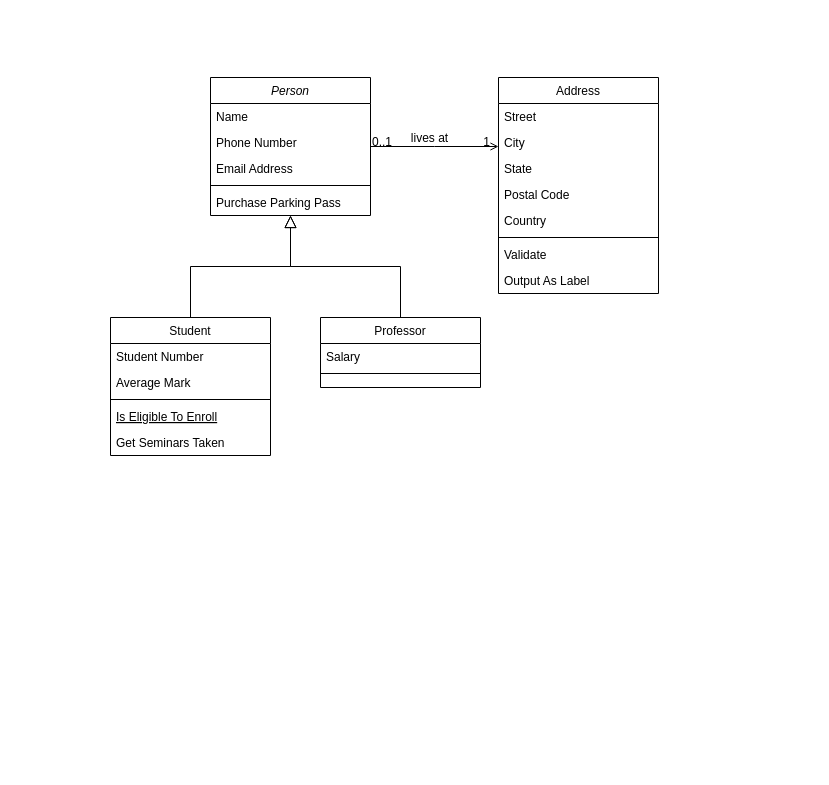
The draw.io diagram Class Diagram.drawio in ritu456286/Bus-Booking-System, before the edit. Source tidied: cells renumbered, new cells numbered last; positions are measured from the earlier drawing's top-left corner, leaving out a move shared by most shapes. Both pictures are drawn from the tidied source at 100%, with x=0, y=0 at pixel (110, 77).
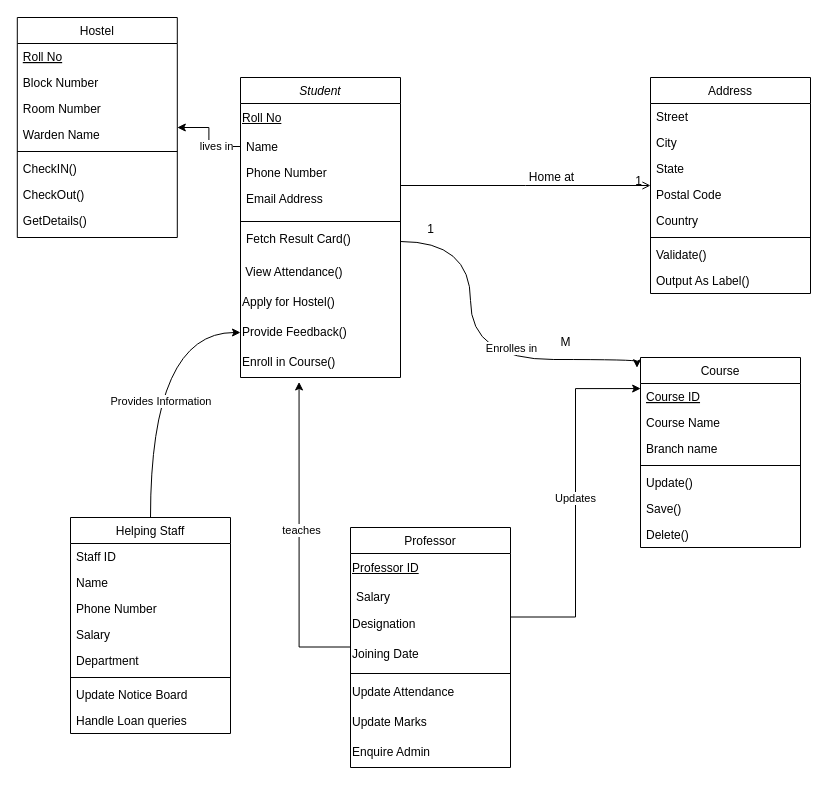
Above is the later version.

The change refers to these unchanged cells:
```xml
<mxCell id="28" style="endArrow=open;shadow=0;strokeWidth=1;rounded=0;curved=0;endFill=1;edgeStyle=elbowEdgeStyle;elbow=vertical;" parent="1" edge="1" source="2" target="19">
  <mxGeometry x="0.5" y="41" relative="1" as="geometry">
    <mxPoint x="-40" y="32" as="offset" />
  </mxGeometry>
</mxCell>
```

What changed in the source:
```diff
@@
-    <mxCell id="2" value="Person" style="swimlane;fontStyle=2;align=center;verticalAlign=top;horizontal=1;startSize=26;rounded=0;shadow=0;strokeWidth=1;" parent="1" vertex="1">
-      <mxGeometry x="100" width="160" height="138" as="geometry" />
+    <mxCell id="2" value="Student" style="swimlane;fontStyle=2;align=center;verticalAlign=top;horizontal=1;startSize=26;rounded=0;shadow=0;strokeWidth=1;" parent="1" vertex="1">
+      <mxGeometry x="130" width="160" height="300" as="geometry" />
     </mxCell>
+    <mxCell id="32" value="&lt;u&gt;Roll No&lt;/u&gt;" style="text;html=1;align=left;verticalAlign=middle;whiteSpace=wrap;rounded=0;" parent="2" vertex="1">
+      <mxGeometry y="26" width="160" height="30" as="geometry" />
+    </mxCell>
     <mxCell id="3" value="Name" style="text;align=left;verticalAlign=top;spacingLeft=4;spacingRight=4;overflow=hidden;points=[[0,0.5],[1,0.5]];portConstraint=eastwest;" parent="2" vertex="1">
-      <mxGeometry y="26" width="160" height="26" as="geometry" />
+      <mxGeometry y="56" width="160" height="26" as="geometry" />
     </mxCell>
     <mxCell id="4" value="Phone Number" style="text;align=left;verticalAlign=top;spacingLeft=4;spacingRight=4;overflow=hidden;rounded=0;shadow=0;html=0;" parent="2" vertex="1">
-      <mxGeometry y="52" width="160" height="26" as="geometry" />
+      <mxGeometry y="82" width="160" height="26" as="geometry" />
     </mxCell>
     <mxCell id="5" value="Email Address" style="text;align=left;verticalAlign=top;spacingLeft=4;spacingRight=4;overflow=hidden;rounded=0;shadow=0;html=0;" parent="2" vertex="1">
-      <mxGeometry y="78" width="160" height="26" as="geometry" />
+      <mxGeometry y="108" width="160" height="32" as="geometry" />
     </mxCell>
     <mxCell id="6" style="line;html=1;strokeWidth=1;align=left;verticalAlign=middle;spacingTop=-1;spacingLeft=3;spacingRight=3;labelPosition=right;" parent="2" vertex="1">
-      <mxGeometry y="104" width="160" height="8" as="geometry" />
+      <mxGeometry y="140" width="160" height="8" as="geometry" />
     </mxCell>
-    <mxCell id="7" value="Purchase Parking Pass" style="text;align=left;verticalAlign=top;spacingLeft=4;spacingRight=4;overflow=hidden;points=[[0,0.5],[1,0.5]];portConstraint=eastwest;" parent="2" vertex="1">
-      <mxGeometry y="112" width="160" height="26" as="geometry" />
+    <mxCell id="7" value="Fetch Result Card()&#10;" style="text;align=left;verticalAlign=top;spacingLeft=4;spacingRight=4;overflow=hidden;points=[[0,0.5],[1,0.5]];portConstraint=eastwest;" parent="2" vertex="1">
+      <mxGeometry y="148" width="160" height="32" as="geometry" />
     </mxCell>
+    <mxCell id="33" value="&amp;nbsp;View Attendance()" style="text;html=1;align=left;verticalAlign=middle;whiteSpace=wrap;rounded=0;" parent="2" vertex="1">
+      <mxGeometry y="180" width="160" height="30" as="geometry" />
+    </mxCell>
+    <mxCell id="34" value="Apply for Hostel()" style="text;html=1;align=left;verticalAlign=middle;whiteSpace=wrap;rounded=0;" parent="2" vertex="1">
+      <mxGeometry y="210" width="160" height="30" as="geometry" />
+    </mxCell>
+    <mxCell id="35" value="Provide Feedback()" style="text;html=1;align=left;verticalAlign=middle;whiteSpace=wrap;rounded=0;" parent="2" vertex="1">
+      <mxGeometry y="240" width="160" height="30" as="geometry" />
+    </mxCell>
+    <mxCell id="36" value="Enroll in Course()" style="text;html=1;align=left;verticalAlign=middle;whiteSpace=wrap;rounded=0;" parent="2" vertex="1">
+      <mxGeometry y="270" width="160" height="30" as="geometry" />
+    </mxCell>
+    <mxCell id="37" style="edgeStyle=orthogonalEdgeStyle;rounded=0;jettySize=auto;html=1;exitX=0.5;exitY=0;exitDx=0;exitDy=0;entryX=0;entryY=0.5;entryDx=0;entryDy=0;curved=1;" parent="1" edge="1" source="8" target="35">
+      <mxGeometry relative="1" as="geometry" />
+    </mxCell>
+    <mxCell id="38" value="Provides Information&amp;nbsp;" style="edgeLabel;html=1;align=center;verticalAlign=middle;" parent="37" vertex="1">
+      <mxGeometry x="-0.15" y="-11" relative="1" as="geometry" />
+    </mxCell>
-    <mxCell id="8" value="Student" style="swimlane;fontStyle=0;align=center;verticalAlign=top;horizontal=1;startSize=26;rounded=0;shadow=0;strokeWidth=1;" parent="1" vertex="1">
-      <mxGeometry y="240" width="160" height="138" as="geometry" />
+    <mxCell id="8" value="Helping Staff" style="swimlane;fontStyle=0;align=center;verticalAlign=top;horizontal=1;startSize=26;rounded=0;shadow=0;strokeWidth=1;" parent="1" vertex="1">
+      <mxGeometry x="-40" y="440" width="160" height="216" as="geometry" />
     </mxCell>
-    <mxCell id="9" value="Student Number" style="text;align=left;verticalAlign=top;spacingLeft=4;spacingRight=4;overflow=hidden;" parent="8" vertex="1">
+    <mxCell id="9" value="Staff ID" style="text;align=left;verticalAlign=top;spacingLeft=4;spacingRight=4;overflow=hidden;" parent="8" vertex="1">
       <mxGeometry y="26" width="160" height="26" as="geometry" />
     </mxCell>
+    <mxCell id="39" value="Name" style="text;align=left;verticalAlign=top;spacingLeft=4;spacingRight=4;overflow=hidden;rounded=0;shadow=0;html=0;" parent="8" vertex="1">
+      <mxGeometry y="52" width="160" height="26" as="geometry" />
+    </mxCell>
-    <mxCell id="10" value="Average Mark" style="text;align=left;verticalAlign=top;spacingLeft=4;spacingRight=4;overflow=hidden;rounded=0;shadow=0;html=0;" parent="8" vertex="1">
-      <mxGeometry y="52" width="160" height="26" as="geometry" />
+    <mxCell id="10" value="Phone Number" style="text;align=left;verticalAlign=top;spacingLeft=4;spacingRight=4;overflow=hidden;rounded=0;shadow=0;html=0;" parent="8" vertex="1">
+      <mxGeometry y="78" width="160" height="26" as="geometry" />
     </mxCell>
+    <mxCell id="40" value="Salary" style="text;align=left;verticalAlign=top;spacingLeft=4;spacingRight=4;overflow=hidden;rounded=0;shadow=0;html=0;" parent="8" vertex="1">
+      <mxGeometry y="104" width="160" height="26" as="geometry" />
+    </mxCell>
+    <mxCell id="41" value="Department" style="text;align=left;verticalAlign=top;spacingLeft=4;spacingRight=4;overflow=hidden;rounded=0;shadow=0;html=0;" parent="8" vertex="1">
+      <mxGeometry y="130" width="160" height="26" as="geometry" />
+    </mxCell>
     <mxCell id="11" style="line;html=1;strokeWidth=1;align=left;verticalAlign=middle;spacingTop=-1;spacingLeft=3;spacingRight=3;labelPosition=right;" parent="8" vertex="1">
-      <mxGeometry y="78" width="160" height="8" as="geometry" />
+      <mxGeometry y="156" width="160" height="8" as="geometry" />
     </mxCell>
-    <mxCell id="12" value="Is Eligible To Enroll" style="text;align=left;verticalAlign=top;spacingLeft=4;spacingRight=4;overflow=hidden;fontStyle=4;" parent="8" vertex="1">
-      <mxGeometry y="86" width="160" height="26" as="geometry" />
+    <mxCell id="12" value="Update Notice Board" style="text;align=left;verticalAlign=top;spacingLeft=4;spacingRight=4;overflow=hidden;fontStyle=0;" parent="8" vertex="1">
+      <mxGeometry y="164" width="160" height="26" as="geometry" />
     </mxCell>
-    <mxCell id="13" value="Get Seminars Taken" style="text;align=left;verticalAlign=top;spacingLeft=4;spacingRight=4;overflow=hidden;" parent="8" vertex="1">
-      <mxGeometry y="112" width="160" height="26" as="geometry" />
+    <mxCell id="13" value="Handle Loan queries" style="text;align=left;verticalAlign=top;spacingLeft=4;spacingRight=4;overflow=hidden;" parent="8" vertex="1">
+      <mxGeometry y="190" width="160" height="26" as="geometry" />
     </mxCell>
-    <mxCell id="14" style="endArrow=block;endSize=10;endFill=0;shadow=0;strokeWidth=1;rounded=0;curved=0;edgeStyle=elbowEdgeStyle;elbow=vertical;" parent="1" edge="1" source="8" target="2">
-      <mxGeometry relative="1" as="geometry" />
-    </mxCell>
     <mxCell id="15" value="Professor" style="swimlane;fontStyle=0;align=center;verticalAlign=top;horizontal=1;startSize=26;rounded=0;shadow=0;strokeWidth=1;" parent="1" vertex="1">
-      <mxGeometry x="210" y="240" width="160" height="70" as="geometry" />
+      <mxGeometry x="240" y="450" width="160" height="240" as="geometry" />
     </mxCell>
+    <mxCell id="42" value="&lt;u&gt;Professor ID&lt;/u&gt;" style="text;html=1;align=left;verticalAlign=middle;whiteSpace=wrap;rounded=0;" parent="15" vertex="1">
+      <mxGeometry y="26" width="160" height="30" as="geometry" />
+    </mxCell>
     <mxCell id="16" value="Salary" style="text;align=left;verticalAlign=top;spacingLeft=4;spacingRight=4;overflow=hidden;" parent="15" vertex="1">
-      <mxGeometry y="26" width="160" height="26" as="geometry" />
+      <mxGeometry y="56" width="160" height="26" as="geometry" />
     </mxCell>
+    <mxCell id="43" value="Designation" style="text;html=1;align=left;verticalAlign=middle;whiteSpace=wrap;rounded=0;" parent="15" vertex="1">
+      <mxGeometry y="82" width="160" height="30" as="geometry" />
+    </mxCell>
+    <mxCell id="44" value="Joining Date" style="text;html=1;align=left;verticalAlign=middle;whiteSpace=wrap;rounded=0;" parent="15" vertex="1">
+      <mxGeometry y="112" width="160" height="30" as="geometry" />
+    </mxCell>
     <mxCell id="17" style="line;html=1;strokeWidth=1;align=left;verticalAlign=middle;spacingTop=-1;spacingLeft=3;spacingRight=3;labelPosition=right;" parent="15" vertex="1">
-      <mxGeometry y="52" width="160" height="8" as="geometry" />
+      <mxGeometry y="142" width="160" height="8" as="geometry" />
     </mxCell>
-    <mxCell id="18" style="endArrow=block;endSize=10;endFill=0;shadow=0;strokeWidth=1;rounded=0;curved=0;edgeStyle=elbowEdgeStyle;elbow=vertical;" parent="1" edge="1" source="15" target="2">
-      <mxGeometry relative="1" as="geometry" />
-    </mxCell>
+    <mxCell id="45" value="Update Attendance" style="text;html=1;align=left;verticalAlign=middle;whiteSpace=wrap;rounded=0;" parent="15" vertex="1">
+      <mxGeometry y="150" width="160" height="30" as="geometry" />
+    </mxCell>
+    <mxCell id="46" value="Update Marks" style="text;html=1;align=left;verticalAlign=middle;whiteSpace=wrap;rounded=0;" parent="15" vertex="1">
+      <mxGeometry y="180" width="160" height="30" as="geometry" />
+    </mxCell>
+    <mxCell id="47" value="Enquire Admin" style="text;html=1;align=left;verticalAlign=middle;whiteSpace=wrap;rounded=0;" parent="15" vertex="1">
+      <mxGeometry y="210" width="160" height="30" as="geometry" />
+    </mxCell>
     <mxCell id="19" value="Address" style="swimlane;fontStyle=0;align=center;verticalAlign=top;horizontal=1;startSize=26;rounded=0;shadow=0;strokeWidth=1;" parent="1" vertex="1">
-      <mxGeometry x="388" width="160" height="216" as="geometry" />
+      <mxGeometry x="540" width="160" height="216" as="geometry" />
     </mxCell>
@@
-    <mxCell id="26" value="Validate" style="text;align=left;verticalAlign=top;spacingLeft=4;spacingRight=4;overflow=hidden;" parent="19" vertex="1">
+    <mxCell id="26" value="Validate()" style="text;align=left;verticalAlign=top;spacingLeft=4;spacingRight=4;overflow=hidden;" parent="19" vertex="1">
       <mxGeometry y="164" width="160" height="26" as="geometry" />
     </mxCell>
-    <mxCell id="27" value="Output As Label" style="text;align=left;verticalAlign=top;spacingLeft=4;spacingRight=4;overflow=hidden;" parent="19" vertex="1">
+    <mxCell id="27" value="Output As Label()" style="text;align=left;verticalAlign=top;spacingLeft=4;spacingRight=4;overflow=hidden;" parent="19" vertex="1">
       <mxGeometry y="190" width="160" height="26" as="geometry" />
     </mxCell>
@@
-    <mxCell id="29" value="0..1" style="align=left;verticalAlign=bottom;labelBackgroundColor=none;fontSize=12;" parent="28" vertex="1">
-      <mxGeometry x="-1" relative="1" as="geometry">
-        <mxPoint y="4" as="offset" />
-      </mxGeometry>
-    </mxCell>
@@
-    <mxCell id="31" value="lives at" style="text;html=1;align=center;verticalAlign=middle;labelBackgroundColor=none;rounded=0;shadow=0;strokeWidth=1;fontSize=12;" parent="28" vertex="1">
+    <mxCell id="31" value="Home at" style="text;html=1;align=center;verticalAlign=middle;labelBackgroundColor=none;rounded=0;shadow=0;strokeWidth=1;fontSize=12;" parent="28" vertex="1">
       <mxGeometry x="0.5" y="49" relative="1" as="geometry">
         <mxPoint x="-38" y="40" as="offset" />
       </mxGeometry>
     </mxCell>
+    <mxCell id="48" value="Course" style="swimlane;fontStyle=0;align=center;verticalAlign=top;horizontal=1;startSize=26;rounded=0;shadow=0;strokeWidth=1;" parent="1" vertex="1">
+      <mxGeometry x="530" y="280" width="160" height="190" as="geometry" />
+    </mxCell>
+    <mxCell id="49" value="Course ID" style="text;align=left;verticalAlign=top;spacingLeft=4;spacingRight=4;overflow=hidden;points=[[0,0.5],[1,0.5]];portConstraint=eastwest;fontStyle=4;" parent="48" vertex="1">
+      <mxGeometry y="26" width="160" height="26" as="geometry" />
+    </mxCell>
+    <mxCell id="50" value="Course Name" style="text;align=left;verticalAlign=top;spacingLeft=4;spacingRight=4;overflow=hidden;rounded=0;shadow=0;html=0;" parent="48" vertex="1">
+      <mxGeometry y="52" width="160" height="26" as="geometry" />
+    </mxCell>
+    <mxCell id="51" value="Branch name" style="text;align=left;verticalAlign=top;spacingLeft=4;spacingRight=4;overflow=hidden;rounded=0;shadow=0;html=0;" parent="48" vertex="1">
+      <mxGeometry y="78" width="160" height="26" as="geometry" />
+    </mxCell>
+    <mxCell id="52" style="line;html=1;strokeWidth=1;align=left;verticalAlign=middle;spacingTop=-1;spacingLeft=3;spacingRight=3;labelPosition=right;" parent="48" vertex="1">
+      <mxGeometry y="104" width="160" height="8" as="geometry" />
+    </mxCell>
+    <mxCell id="53" value="Update()" style="text;align=left;verticalAlign=top;spacingLeft=4;spacingRight=4;overflow=hidden;" parent="48" vertex="1">
+      <mxGeometry y="112" width="160" height="26" as="geometry" />
+    </mxCell>
+    <mxCell id="54" value="Save()" style="text;align=left;verticalAlign=top;spacingLeft=4;spacingRight=4;overflow=hidden;" parent="48" vertex="1">
+      <mxGeometry y="138" width="160" height="26" as="geometry" />
+    </mxCell>
+    <mxCell id="55" value="Delete()" style="text;align=left;verticalAlign=top;spacingLeft=4;spacingRight=4;overflow=hidden;" parent="48" vertex="1">
+      <mxGeometry y="164" width="160" height="26" as="geometry" />
+    </mxCell>
+    <mxCell id="56" style="edgeStyle=orthogonalEdgeStyle;rounded=0;jettySize=auto;html=1;exitX=1;exitY=0.5;exitDx=0;exitDy=0;entryX=-0.022;entryY=0.054;entryDx=0;entryDy=0;entryPerimeter=0;curved=1;" parent="1" edge="1" source="7" target="48">
+      <mxGeometry relative="1" as="geometry">
+        <Array as="points">
+          <mxPoint x="360" y="164" />
+          <mxPoint x="360" y="282" />
+          <mxPoint x="527" y="282" />
+        </Array>
+      </mxGeometry>
+    </mxCell>
+    <mxCell id="57" value="Enrolles in" style="edgeLabel;html=1;align=center;verticalAlign=middle;" parent="56" vertex="1">
+      <mxGeometry x="-0.11" y="2" relative="1" as="geometry">
+        <mxPoint x="38" y="15" as="offset" />
+      </mxGeometry>
+    </mxCell>
+    <mxCell id="58" value="M" style="text;html=1;align=center;verticalAlign=middle;strokeColor=none;fillColor=none;" parent="1" vertex="1">
+      <mxGeometry x="440" y="250" width="30" height="30" as="geometry" />
+    </mxCell>
+    <mxCell id="59" value="1" style="text;html=1;align=center;verticalAlign=middle;strokeColor=none;fillColor=none;" parent="1" vertex="1">
+      <mxGeometry x="304.9" y="136.5" width="30" height="30" as="geometry" />
+    </mxCell>
+    <mxCell id="60" value="Hostel" style="swimlane;fontStyle=0;align=center;verticalAlign=top;horizontal=1;startSize=26;rounded=0;shadow=0;strokeWidth=1;" parent="1" vertex="1">
+      <mxGeometry x="-93.2" y="-60" width="160" height="220" as="geometry" />
+    </mxCell>
+    <mxCell id="61" value="Roll No" style="text;align=left;verticalAlign=top;spacingLeft=4;spacingRight=4;overflow=hidden;fontStyle=4;" parent="60" vertex="1">
+      <mxGeometry y="26" width="160" height="26" as="geometry" />
+    </mxCell>
+    <mxCell id="62" value="Block Number" style="text;align=left;verticalAlign=top;spacingLeft=4;spacingRight=4;overflow=hidden;rounded=0;shadow=0;html=0;" parent="60" vertex="1">
+      <mxGeometry y="52" width="160" height="26" as="geometry" />
+    </mxCell>
+    <mxCell id="63" value="Room Number" style="text;align=left;verticalAlign=top;spacingLeft=4;spacingRight=4;overflow=hidden;rounded=0;shadow=0;html=0;" parent="60" vertex="1">
+      <mxGeometry y="78" width="160" height="26" as="geometry" />
+    </mxCell>
+    <mxCell id="64" value="Warden Name" style="text;align=left;verticalAlign=top;spacingLeft=4;spacingRight=4;overflow=hidden;rounded=0;shadow=0;html=0;" parent="60" vertex="1">
+      <mxGeometry y="104" width="160" height="26" as="geometry" />
+    </mxCell>
+    <mxCell id="65" style="line;html=1;strokeWidth=1;align=left;verticalAlign=middle;spacingTop=-1;spacingLeft=3;spacingRight=3;labelPosition=right;" parent="60" vertex="1">
+      <mxGeometry y="130" width="160" height="8" as="geometry" />
+    </mxCell>
+    <mxCell id="66" value="CheckIN()" style="text;align=left;verticalAlign=top;spacingLeft=4;spacingRight=4;overflow=hidden;" parent="60" vertex="1">
+      <mxGeometry y="138" width="160" height="26" as="geometry" />
+    </mxCell>
+    <mxCell id="67" value="CheckOut()" style="text;align=left;verticalAlign=top;spacingLeft=4;spacingRight=4;overflow=hidden;" parent="60" vertex="1">
+      <mxGeometry y="164" width="160" height="26" as="geometry" />
+    </mxCell>
+    <mxCell id="68" value="GetDetails()" style="text;align=left;verticalAlign=top;spacingLeft=4;spacingRight=4;overflow=hidden;" parent="60" vertex="1">
+      <mxGeometry y="190" width="160" height="26" as="geometry" />
+    </mxCell>
+    <mxCell id="69" style="edgeStyle=orthogonalEdgeStyle;rounded=0;jettySize=auto;html=1;" parent="1" edge="1" source="3" target="60">
+      <mxGeometry relative="1" as="geometry" />
+    </mxCell>
+    <mxCell id="70" value="lives in" style="edgeLabel;html=1;align=center;verticalAlign=middle;" parent="69" vertex="1">
+      <mxGeometry x="-0.39" y="-1" relative="1" as="geometry" />
+    </mxCell>
+    <mxCell id="71" style="edgeStyle=orthogonalEdgeStyle;rounded=0;jettySize=auto;html=1;exitX=1;exitY=0.25;exitDx=0;exitDy=0;entryX=0.001;entryY=0.195;entryDx=0;entryDy=0;entryPerimeter=0;" parent="1" edge="1" source="43" target="49">
+      <mxGeometry relative="1" as="geometry" />
+    </mxCell>
+    <mxCell id="72" value="Updates" style="edgeLabel;html=1;align=center;verticalAlign=middle;" parent="71" vertex="1">
+      <mxGeometry x="0.03" y="1" relative="1" as="geometry">
+        <mxPoint y="1" as="offset" />
+      </mxGeometry>
+    </mxCell>
+    <mxCell id="73" style="edgeStyle=orthogonalEdgeStyle;rounded=0;jettySize=auto;html=1;exitX=0;exitY=0.25;exitDx=0;exitDy=0;entryX=0.366;entryY=1.149;entryDx=0;entryDy=0;entryPerimeter=0;" parent="1" edge="1" source="44" target="36">
+      <mxGeometry relative="1" as="geometry" />
+    </mxCell>
+    <mxCell id="74" value="teaches" style="edgeLabel;html=1;align=center;verticalAlign=middle;" parent="73" vertex="1">
+      <mxGeometry x="0.06" y="-2" relative="1" as="geometry" />
+    </mxCell>
```
